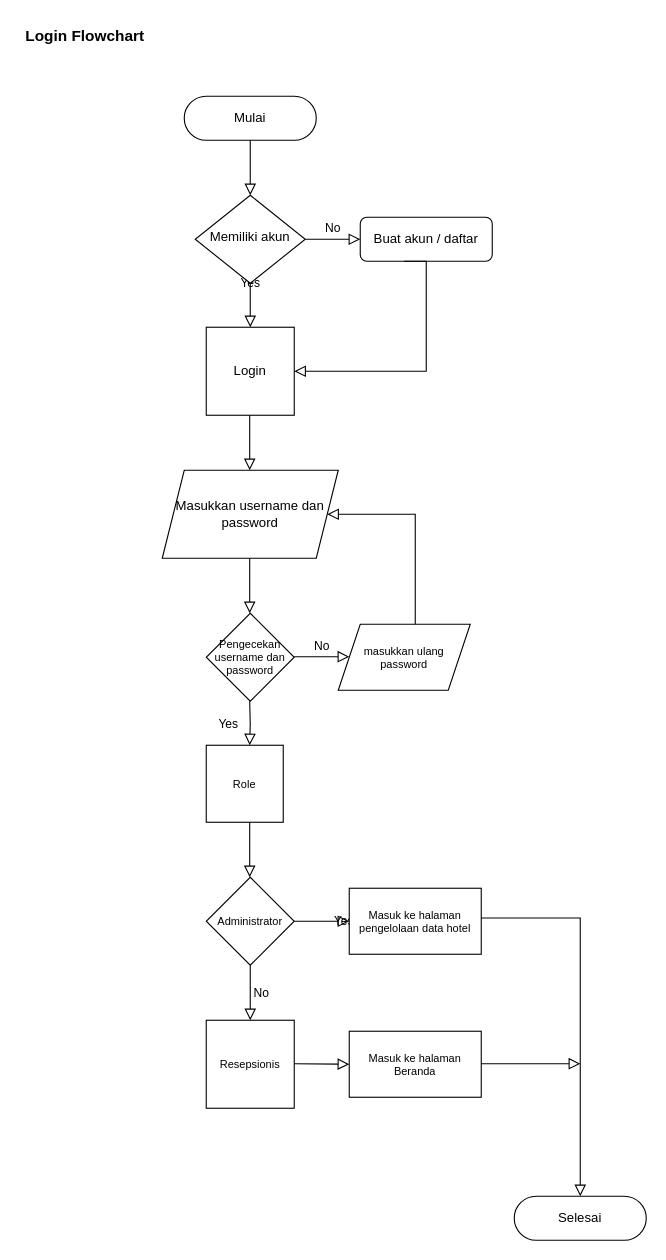
Before: page "login" (1 of 3) of Login.drawio in Go-UKK/Flowcart, a draw.io diagram. Source tidied: cells renumbered, new cells numbered last; positions are measured from the earlier drawing's top-left corner, leaving out a move shared by most shapes. Both pictures are drawn from the tidied source at 110%, with x=0, y=0 at pixel (19, 19).
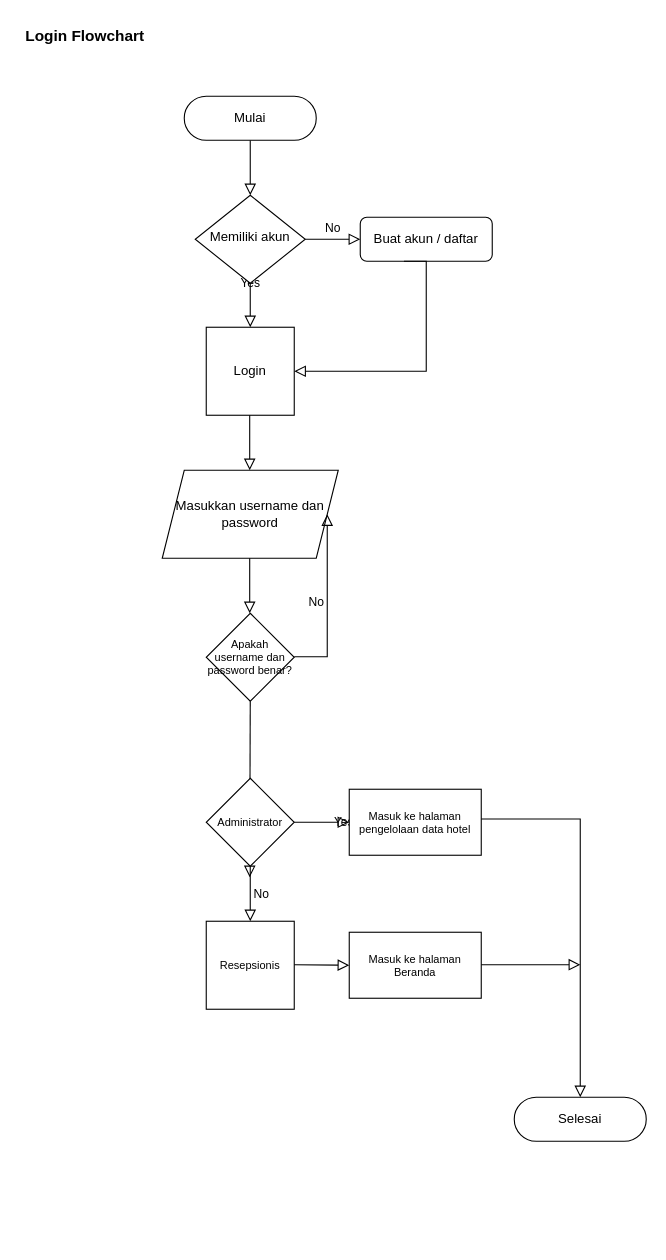
Above is the later version.

Unchanged cells that the change refers to:
```xml
<mxCell id="11" value="Masukkan username dan password" style="shape=parallelogram;perimeter=parallelogramPerimeter;whiteSpace=wrap;html=1;fixedSize=1;" parent="1" vertex="1">
  <mxGeometry x="130" y="410" width="160" height="80" as="geometry" />
</mxCell>
```

Change to the diagram source:
```diff
@@
-    <mxCell id="13" value="Pengecekan username dan password" style="rhombus;whiteSpace=wrap;html=1;fontSize=10;" parent="1" vertex="1">
+    <mxCell id="13" value="Apakah username dan password benar?" style="rhombus;whiteSpace=wrap;html=1;fontSize=10;" parent="1" vertex="1">
       <mxGeometry x="170" y="540" width="80" height="80" as="geometry" />
     </mxCell>
-    <mxCell id="14" value="Yes" style="rounded=0;html=1;jettySize=auto;orthogonalLoop=1;fontSize=11;endArrow=block;endFill=0;endSize=8;strokeWidth=1;shadow=0;labelBackgroundColor=none;edgeStyle=orthogonalEdgeStyle;" parent="1" edge="1">
-      <mxGeometry y="20" relative="1" as="geometry">
-        <mxPoint x="209.5" y="620" as="sourcePoint" />
-        <mxPoint x="209.5" y="660" as="targetPoint" />
-      </mxGeometry>
-    </mxCell>
-    <mxCell id="15" value="No" style="edgeStyle=orthogonalEdgeStyle;rounded=0;html=1;jettySize=auto;orthogonalLoop=1;fontSize=11;endArrow=block;endFill=0;endSize=8;strokeWidth=1;shadow=0;labelBackgroundColor=none;" parent="1" edge="1">
+    <mxCell id="15" value="No" style="edgeStyle=orthogonalEdgeStyle;rounded=0;html=1;jettySize=auto;fontSize=11;endArrow=block;endFill=0;endSize=8;strokeWidth=1;shadow=0;labelBackgroundColor=none;entryX=1;entryY=0.5;entryDx=0;entryDy=0;" parent="1" edge="1" target="11">
       <mxGeometry y="10" relative="1" as="geometry">
         <mxPoint x="250" y="579.5" as="sourcePoint" />
-        <mxPoint x="300" y="579.5" as="targetPoint" />
+        <Array as="points">
+          <mxPoint x="280" y="580" />
+        </Array>
       </mxGeometry>
     </mxCell>
-    <mxCell id="16" value="masukkan ulang password" style="shape=parallelogram;perimeter=parallelogramPerimeter;whiteSpace=wrap;html=1;fixedSize=1;fontSize=10;" parent="1" vertex="1">
-      <mxGeometry x="290" y="550" width="120" height="60" as="geometry" />
-    </mxCell>
-    <mxCell id="17" style="rounded=0;html=1;jettySize=auto;orthogonalLoop=1;fontSize=11;endArrow=block;endFill=0;endSize=8;strokeWidth=1;shadow=0;labelBackgroundColor=none;edgeStyle=orthogonalEdgeStyle;" parent="1" edge="1">
-      <mxGeometry relative="1" as="geometry">
-        <mxPoint x="360" y="550" as="sourcePoint" />
-        <mxPoint x="280" y="450" as="targetPoint" />
-        <Array as="points">
-          <mxPoint x="360" y="490" />
-          <mxPoint x="360" y="490" />
-        </Array>
-      </mxGeometry>
-    </mxCell>
-    <mxCell id="18" value="Role" style="whiteSpace=wrap;html=1;fontSize=10;" parent="1" vertex="1">
-      <mxGeometry x="170" y="660" width="70" height="70" as="geometry" />
-    </mxCell>
-    <mxCell id="19" style="rounded=0;html=1;jettySize=auto;orthogonalLoop=1;fontSize=11;endArrow=block;endFill=0;endSize=8;strokeWidth=1;shadow=0;labelBackgroundColor=none;edgeStyle=orthogonalEdgeStyle;" parent="1" edge="1">
+    <mxCell id="19" style="rounded=0;html=1;jettySize=auto;fontSize=11;endArrow=block;endFill=0;endSize=8;strokeWidth=1;shadow=0;labelBackgroundColor=none;edgeStyle=orthogonalEdgeStyle;exitX=0.5;exitY=1;exitDx=0;exitDy=0;" parent="1" edge="1" source="13">
       <mxGeometry relative="1" as="geometry">
-        <mxPoint x="209.5" y="730" as="sourcePoint" />
         <mxPoint x="209.5" y="780" as="targetPoint" />
       </mxGeometry>
     </mxCell>
     <mxCell id="20" value="Administrator" style="rhombus;whiteSpace=wrap;html=1;fontSize=10;" parent="1" vertex="1">
-      <mxGeometry x="170" y="780" width="80" height="80" as="geometry" />
+      <mxGeometry x="170" y="690" width="80" height="80" as="geometry" />
     </mxCell>
     <mxCell id="21" value="Yes" style="rounded=0;html=1;jettySize=auto;fontSize=11;endArrow=block;endFill=0;endSize=8;strokeWidth=1;shadow=0;labelBackgroundColor=none;edgeStyle=orthogonalEdgeStyle;exitX=1;exitY=0.5;exitDx=0;exitDy=0;" parent="1" edge="1" source="20">
       <mxGeometry y="20" relative="1" as="geometry">
-        <mxPoint x="300" y="820" as="targetPoint" />
+        <mxPoint x="300" y="730" as="targetPoint" />
       </mxGeometry>
     </mxCell>
     <mxCell id="22" value="Masuk ke halaman pengelolaan data hotel" style="rounded=0;whiteSpace=wrap;html=1;fontSize=10;" parent="1" vertex="1">
-      <mxGeometry x="300" y="790" width="120" height="60" as="geometry" />
+      <mxGeometry x="300" y="700" width="120" height="60" as="geometry" />
     </mxCell>
     <mxCell id="23" value="No" style="edgeStyle=orthogonalEdgeStyle;rounded=0;html=1;jettySize=auto;orthogonalLoop=1;fontSize=11;endArrow=block;endFill=0;endSize=8;strokeWidth=1;shadow=0;labelBackgroundColor=none;" parent="1" edge="1">
       <mxGeometry y="10" relative="1" as="geometry">
-        <mxPoint x="210" y="860" as="sourcePoint" />
-        <mxPoint x="210" y="910" as="targetPoint" />
+        <mxPoint x="210" y="770" as="sourcePoint" />
+        <mxPoint x="210" y="820" as="targetPoint" />
       </mxGeometry>
     </mxCell>
     <mxCell id="24" value="Masuk ke halaman Beranda" style="rounded=0;whiteSpace=wrap;html=1;fontSize=10;" parent="1" vertex="1">
-      <mxGeometry x="300" y="920" width="120" height="60" as="geometry" />
+      <mxGeometry x="300" y="830" width="120" height="60" as="geometry" />
     </mxCell>
     <mxCell id="25" style="rounded=0;html=1;jettySize=auto;orthogonalLoop=1;fontSize=11;endArrow=block;endFill=0;endSize=8;strokeWidth=1;shadow=0;labelBackgroundColor=none;edgeStyle=orthogonalEdgeStyle;" parent="1" edge="1">
       <mxGeometry relative="1" as="geometry">
-        <mxPoint x="420" y="817" as="sourcePoint" />
-        <mxPoint x="510" y="1070" as="targetPoint" />
+        <mxPoint x="420" y="727" as="sourcePoint" />
+        <mxPoint x="510" y="980" as="targetPoint" />
         <Array as="points">
-          <mxPoint x="510" y="817" />
-          <mxPoint x="510" y="837" />
+          <mxPoint x="510" y="727" />
+          <mxPoint x="510" y="747" />
         </Array>
       </mxGeometry>
     </mxCell>
     <mxCell id="26" value="Selesai" style="rounded=1;whiteSpace=wrap;html=1;fontSize=12;glass=0;strokeWidth=1;shadow=0;arcSize=50;" parent="1" vertex="1">
-      <mxGeometry x="450" y="1070" width="120" height="40" as="geometry" />
+      <mxGeometry x="450" y="980" width="120" height="40" as="geometry" />
     </mxCell>
     <mxCell id="27" style="rounded=0;html=1;jettySize=auto;orthogonalLoop=1;fontSize=11;endArrow=block;endFill=0;endSize=8;strokeWidth=1;shadow=0;labelBackgroundColor=none;edgeStyle=orthogonalEdgeStyle;exitX=1;exitY=0.5;exitDx=0;exitDy=0;exitPerimeter=0;" parent="1" edge="1">
       <mxGeometry relative="1" as="geometry">
-        <mxPoint x="420" y="949.5" as="sourcePoint" />
-        <mxPoint x="510" y="949.5" as="targetPoint" />
+        <mxPoint x="420" y="859.5" as="sourcePoint" />
+        <mxPoint x="510" y="859.5" as="targetPoint" />
       </mxGeometry>
     </mxCell>
     <mxCell id="28" value="Resepsionis" style="whiteSpace=wrap;html=1;fontSize=10;" parent="1" vertex="1">
-      <mxGeometry x="170" y="910" width="80" height="80" as="geometry" />
+      <mxGeometry x="170" y="820" width="80" height="80" as="geometry" />
     </mxCell>
     <mxCell id="29" style="rounded=0;html=1;jettySize=auto;fontSize=11;endArrow=block;endFill=0;endSize=8;strokeWidth=1;shadow=0;labelBackgroundColor=none;edgeStyle=orthogonalEdgeStyle;exitX=1;exitY=0.5;exitDx=0;exitDy=0;exitPerimeter=0;entryX=0;entryY=0.5;entryDx=0;entryDy=0;" parent="1" edge="1" target="24">
       <mxGeometry relative="1" as="geometry">
-        <mxPoint x="250" y="949.5" as="sourcePoint" />
+        <mxPoint x="250" y="859.5" as="sourcePoint" />
       </mxGeometry>
     </mxCell>
```
